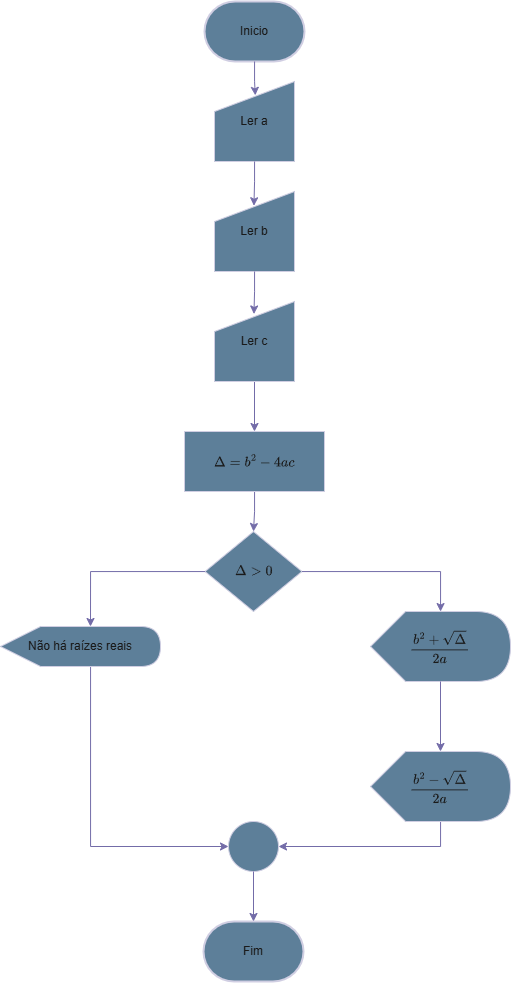
This is Diagramas/exercicios19.drawio.png from andrew-cdia/algoritmos-lista1, a draw.io export, as it was before one commit. Source tidied: cells renumbered, new cells last; positions are measured from the earlier drawing's top-left corner, leaving out a move shared by most shapes. The source it was exported from:
```xml
<mxGraphModel math="1">
  <root>
    <mxCell id="0" />
    <mxCell id="1" parent="0" />
    <mxCell id="2" value="Fim" style="strokeWidth=2;html=1;shape=mxgraph.flowchart.terminator;whiteSpace=wrap;strokeColor=#D0CEE2;fontColor=#1A1A1A;fillColor=#5D7F99;" parent="1" vertex="1">
      <mxGeometry x="203" y="920" width="100" height="60" as="geometry" />
    </mxCell>
    <mxCell id="3" value="Inicio" style="strokeWidth=2;html=1;shape=mxgraph.flowchart.terminator;whiteSpace=wrap;strokeColor=#D0CEE2;fontColor=#1A1A1A;fillColor=#5D7F99;" parent="1" vertex="1">
      <mxGeometry x="204" width="100" height="60" as="geometry" />
    </mxCell>
    <mxCell id="4" style="edgeStyle=orthogonalEdgeStyle;rounded=0;jettySize=auto;html=1;entryX=0.5;entryY=0;entryDx=0;entryDy=0;strokeColor=#736CA8;fontColor=#1A1A1A;" parent="1" edge="1" source="5" target="9">
      <mxGeometry relative="1" as="geometry" />
    </mxCell>
    <mxCell id="5" value="Ler c" style="shape=manualInput;whiteSpace=wrap;html=1;strokeColor=#D0CEE2;fontColor=#1A1A1A;fillColor=#5D7F99;" parent="1" vertex="1">
      <mxGeometry x="214" y="300" width="80" height="80" as="geometry" />
    </mxCell>
    <mxCell id="6" value="Ler b" style="shape=manualInput;whiteSpace=wrap;html=1;strokeColor=#D0CEE2;fontColor=#1A1A1A;fillColor=#5D7F99;" parent="1" vertex="1">
      <mxGeometry x="214" y="190" width="80" height="80" as="geometry" />
    </mxCell>
    <mxCell id="7" value="Ler a" style="shape=manualInput;whiteSpace=wrap;html=1;strokeColor=#D0CEE2;fontColor=#1A1A1A;fillColor=#5D7F99;" parent="1" vertex="1">
      <mxGeometry x="214" y="80" width="80" height="80" as="geometry" />
    </mxCell>
    <mxCell id="8" style="edgeStyle=orthogonalEdgeStyle;rounded=0;jettySize=auto;html=1;strokeColor=#736CA8;fontColor=#1A1A1A;" parent="1" edge="1" source="9" target="10">
      <mxGeometry relative="1" as="geometry" />
    </mxCell>
    <mxCell id="9" value="$$\Delta = b^2 - 4ac$$" style="rounded=0;whiteSpace=wrap;html=1;strokeColor=#D0CEE2;fontColor=#1A1A1A;fillColor=#5D7F99;" parent="1" vertex="1">
      <mxGeometry x="184" y="430" width="140" height="60" as="geometry" />
    </mxCell>
    <mxCell id="10" value="$$\Delta &amp;gt; 0$$" style="rhombus;whiteSpace=wrap;html=1;strokeColor=#D0CEE2;fontColor=#1A1A1A;fillColor=#5D7F99;" parent="1" vertex="1">
      <mxGeometry x="204.5" y="530" width="97" height="80" as="geometry" />
    </mxCell>
    <mxCell id="11" style="edgeStyle=orthogonalEdgeStyle;rounded=0;jettySize=auto;html=1;entryX=0;entryY=0.5;entryDx=0;entryDy=0;strokeColor=#736CA8;fontColor=#1A1A1A;" parent="1" edge="1" source="12" target="18">
      <mxGeometry relative="1" as="geometry">
        <Array as="points">
          <mxPoint x="90" y="845" />
        </Array>
      </mxGeometry>
    </mxCell>
    <mxCell id="12" value="Não há raízes reais" style="shape=display;whiteSpace=wrap;html=1;strokeColor=#D0CEE2;fontColor=#1A1A1A;fillColor=#5D7F99;" parent="1" vertex="1">
      <mxGeometry y="625" width="160" height="40" as="geometry" />
    </mxCell>
    <mxCell id="13" style="edgeStyle=orthogonalEdgeStyle;rounded=0;jettySize=auto;html=1;entryX=1;entryY=0.5;entryDx=0;entryDy=0;strokeColor=#736CA8;fontColor=#1A1A1A;" parent="1" edge="1" source="14" target="18">
      <mxGeometry relative="1" as="geometry">
        <Array as="points">
          <mxPoint x="440" y="845" />
        </Array>
      </mxGeometry>
    </mxCell>
    <mxCell id="14" value="$$\frac{b^2 - \sqrt{\Delta}}{2a}$$" style="shape=display;whiteSpace=wrap;html=1;strokeColor=#D0CEE2;fontColor=#1A1A1A;fillColor=#5D7F99;" parent="1" vertex="1">
      <mxGeometry x="370" y="750" width="140" height="70" as="geometry" />
    </mxCell>
    <mxCell id="15" value="$$\frac{b^2 + \sqrt{\Delta}}{2a}$$" style="shape=display;whiteSpace=wrap;html=1;strokeColor=#D0CEE2;fontColor=#1A1A1A;fillColor=#5D7F99;" parent="1" vertex="1">
      <mxGeometry x="370" y="610" width="140" height="70" as="geometry" />
    </mxCell>
    <mxCell id="16" style="edgeStyle=orthogonalEdgeStyle;rounded=0;jettySize=auto;html=1;strokeColor=#736CA8;fontColor=#1A1A1A;" parent="1" edge="1" source="10">
      <mxGeometry relative="1" as="geometry">
        <mxPoint x="440" y="610" as="targetPoint" />
        <Array as="points">
          <mxPoint x="440" y="570" />
          <mxPoint x="440" y="610" />
        </Array>
      </mxGeometry>
    </mxCell>
    <mxCell id="17" style="edgeStyle=orthogonalEdgeStyle;rounded=0;jettySize=auto;html=1;entryX=0;entryY=0;entryDx=90;entryDy=0;entryPerimeter=0;strokeColor=#736CA8;fontColor=#1A1A1A;" parent="1" edge="1" source="10" target="12">
      <mxGeometry relative="1" as="geometry" />
    </mxCell>
    <mxCell id="18" style="ellipse;whiteSpace=wrap;html=1;strokeColor=#D0CEE2;fontColor=#1A1A1A;fillColor=#5D7F99;" parent="1" vertex="1">
      <mxGeometry x="228" y="820" width="50" height="50" as="geometry" />
    </mxCell>
    <mxCell id="19" style="edgeStyle=orthogonalEdgeStyle;rounded=0;jettySize=auto;html=1;entryX=0.5;entryY=0;entryDx=0;entryDy=0;entryPerimeter=0;strokeColor=#736CA8;fontColor=#1A1A1A;" parent="1" edge="1" source="18" target="2">
      <mxGeometry relative="1" as="geometry" />
    </mxCell>
    <mxCell id="20" style="edgeStyle=orthogonalEdgeStyle;rounded=0;jettySize=auto;html=1;entryX=0.493;entryY=0.156;entryDx=0;entryDy=0;entryPerimeter=0;strokeColor=#736CA8;fontColor=#1A1A1A;" parent="1" edge="1" source="6" target="5">
      <mxGeometry relative="1" as="geometry" />
    </mxCell>
    <mxCell id="21" style="edgeStyle=orthogonalEdgeStyle;rounded=0;jettySize=auto;html=1;entryX=0.493;entryY=0.178;entryDx=0;entryDy=0;entryPerimeter=0;strokeColor=#736CA8;fontColor=#1A1A1A;" parent="1" edge="1" source="7" target="6">
      <mxGeometry relative="1" as="geometry" />
    </mxCell>
    <mxCell id="22" style="edgeStyle=orthogonalEdgeStyle;rounded=0;jettySize=auto;html=1;entryX=0.51;entryY=0.173;entryDx=0;entryDy=0;entryPerimeter=0;strokeColor=#736CA8;fontColor=#1A1A1A;" parent="1" edge="1" source="3" target="7">
      <mxGeometry relative="1" as="geometry" />
    </mxCell>
    <mxCell id="23" style="edgeStyle=orthogonalEdgeStyle;rounded=0;jettySize=auto;html=1;entryX=0;entryY=0;entryDx=70;entryDy=0;entryPerimeter=0;strokeColor=#736CA8;fontColor=#1A1A1A;" parent="1" edge="1" source="15" target="14">
      <mxGeometry relative="1" as="geometry" />
    </mxCell>
  </root>
</mxGraphModel>
```
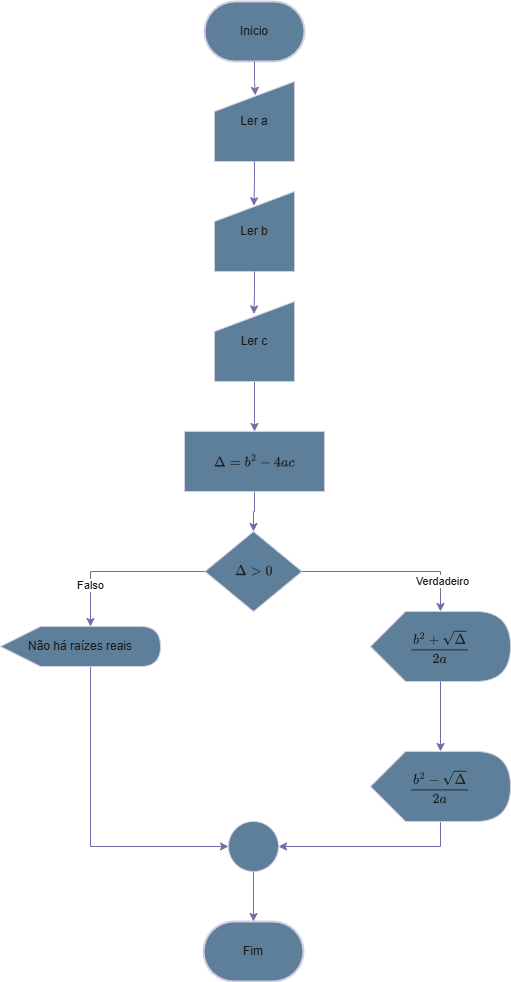
Later version of the same file.

Change to the diagram source:
```diff
@@ -61,9 +61,17 @@
         </Array>
       </mxGeometry>
     </mxCell>
+    <mxCell id="24" value="Verdadeiro" style="edgeLabel;html=1;align=center;verticalAlign=middle;strokeColor=#D0CEE2;fontColor=#1A1A1A;fillColor=#5D7F99;" parent="16" vertex="1">
+      <mxGeometry x="0.65" y="1" relative="1" as="geometry" />
+    </mxCell>
     <mxCell id="17" style="edgeStyle=orthogonalEdgeStyle;rounded=0;jettySize=auto;html=1;entryX=0;entryY=0;entryDx=90;entryDy=0;entryPerimeter=0;strokeColor=#736CA8;fontColor=#1A1A1A;" parent="1" edge="1" source="10" target="12">
       <mxGeometry relative="1" as="geometry" />
     </mxCell>
+    <mxCell id="25" value="Falso" style="edgeLabel;html=1;align=center;verticalAlign=middle;strokeColor=#D0CEE2;fontColor=#1A1A1A;fillColor=#5D7F99;" parent="17" vertex="1">
+      <mxGeometry x="0.5" y="-1" relative="1" as="geometry">
+        <mxPoint y="1" as="offset" />
+      </mxGeometry>
+    </mxCell>
     <mxCell id="18" style="ellipse;whiteSpace=wrap;html=1;strokeColor=#D0CEE2;fontColor=#1A1A1A;fillColor=#5D7F99;" parent="1" vertex="1">
       <mxGeometry x="228" y="820" width="50" height="50" as="geometry" />
     </mxCell>
```
